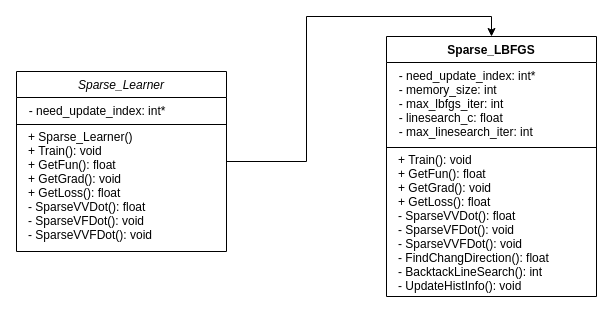
Earlier version of the draw.io diagram 未命名绘图.drawio (abdzhangzeyu/draw.io). Source tidied: cells renumbered, new cells numbered last; positions are measured from the earlier drawing's top-left corner, leaving out a move shared by most shapes. Both pictures are drawn from the tidied source at 100%, with x=0, y=0 at pixel (16, 36).
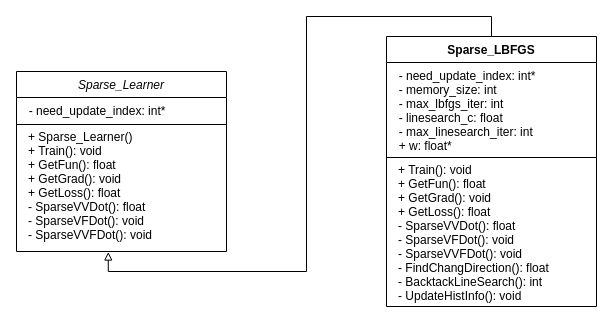
The same diagram, later.

Commit message (it also covers changes not shown here):
更新未命名绘图.drawio

Change to the diagram source:
```diff
@@
 <mxGraphModel>
   <root>
     <mxCell id="0" />
     <mxCell id="1" parent="0" />
-    <mxCell id="2" style="edgeStyle=orthogonalEdgeStyle;rounded=0;jettySize=auto;html=1;entryX=0.5;entryY=0;entryDx=0;entryDy=0;" parent="1" edge="1" source="3" target="7">
-      <mxGeometry relative="1" as="geometry" />
-    </mxCell>
     <mxCell id="3" value="Sparse_Learner" style="swimlane;fontStyle=2;align=center;verticalAlign=top;horizontal=1;startSize=26;" parent="1" vertex="1">
       <mxGeometry y="35" width="210" height="180" as="geometry" />
     </mxCell>
     <mxCell id="4" value="  - need_update_index: int*" style="text;strokeColor=none;fillColor=none;align=left;verticalAlign=top;spacingLeft=4;spacingRight=4;overflow=hidden;" parent="3" vertex="1">
       <mxGeometry y="26" width="210" height="26" as="geometry" />
     </mxCell>
     <mxCell id="5" style="line;strokeWidth=1;fillColor=none;align=left;verticalAlign=middle;spacingTop=-1;spacingLeft=3;spacingRight=3;labelPosition=right;strokeColor=inherit;" parent="3" vertex="1">
       <mxGeometry y="52" width="210" height="2" as="geometry" />
     </mxCell>
     <mxCell id="6" value="+ Sparse_Learner()&#10;+ Train(): void&#10;+ GetFun(): float&#10;+ GetGrad(): void&#10;+ GetLoss(): float&#10;- SparseVVDot(): float&#10;- SparseVFDot(): void&#10;- SparseVVFDot(): void" style="text;strokeColor=none;fillColor=none;align=left;verticalAlign=top;spacingLeft=7;spacingRight=4;overflow=hidden;points=[[0,0.5],[1,0.5]];portConstraint=eastwest;spacing=5;spacingBottom=-1;spacingTop=-5;" parent="3" vertex="1">
       <mxGeometry y="54" width="210" height="126" as="geometry" />
     </mxCell>
+    <mxCell id="11" style="edgeStyle=orthogonalEdgeStyle;rounded=0;jettySize=auto;html=1;exitX=0.5;exitY=0;exitDx=0;exitDy=0;endArrow=block;endFill=0;entryX=0.437;entryY=1.004;entryDx=0;entryDy=0;entryPerimeter=0;" parent="1" edge="1" source="7" target="6">
+      <mxGeometry relative="1" as="geometry">
+        <Array as="points">
+          <mxPoint x="475" y="-20" />
+          <mxPoint x="290" y="-20" />
+          <mxPoint x="290" y="235" />
+          <mxPoint x="92" y="235" />
+        </Array>
+      </mxGeometry>
+    </mxCell>
     <mxCell id="7" value="Sparse_LBFGS" style="swimlane;fontStyle=1;align=center;verticalAlign=top;horizontal=1;startSize=26;" parent="1" vertex="1">
-      <mxGeometry x="370" width="210" height="260" as="geometry" />
+      <mxGeometry x="370" width="210" height="270" as="geometry" />
     </mxCell>
-    <mxCell id="8" value="  - need_update_index: int*&#10;  - memory_size: int&#10;  - max_lbfgs_iter: int&#10;  - linesearch_c: float&#10;  - max_linesearch_iter: int&#10;" style="text;strokeColor=none;fillColor=none;align=left;verticalAlign=top;spacingLeft=4;spacingRight=4;overflow=hidden;" parent="7" vertex="1">
-      <mxGeometry y="26" width="210" height="84" as="geometry" />
+    <mxCell id="8" value="  - need_update_index: int*&#10;  - memory_size: int&#10;  - max_lbfgs_iter: int&#10;  - linesearch_c: float&#10;  - max_linesearch_iter: int&#10;  + w: float*&#10;" style="text;strokeColor=none;fillColor=none;align=left;verticalAlign=top;spacingLeft=4;spacingRight=4;overflow=hidden;" parent="7" vertex="1">
+      <mxGeometry y="26" width="210" height="94" as="geometry" />
     </mxCell>
     <mxCell id="9" style="line;strokeWidth=1;fillColor=none;align=left;verticalAlign=middle;spacingTop=-1;spacingLeft=3;spacingRight=3;labelPosition=right;strokeColor=inherit;" parent="7" vertex="1">
-      <mxGeometry y="110" width="210" height="2" as="geometry" />
+      <mxGeometry y="120" width="210" height="2" as="geometry" />
     </mxCell>
     <mxCell id="10" value="+ Train(): void&#10;+ GetFun(): float&#10;+ GetGrad(): void&#10;+ GetLoss(): float&#10;- SparseVVDot(): float&#10;- SparseVFDot(): void&#10;- SparseVVFDot(): void&#10;- FindChangDirection(): float&#10;- BacktackLineSearch(): int&#10;- UpdateHistInfo(): void" style="text;strokeColor=none;fillColor=none;align=left;verticalAlign=top;spacingLeft=7;spacingRight=4;overflow=hidden;spacing=5;spacingBottom=-1;spacingTop=-5;" parent="7" vertex="1">
-      <mxGeometry y="112" width="210" height="148" as="geometry" />
+      <mxGeometry y="122" width="210" height="148" as="geometry" />
     </mxCell>
   </root>
 </mxGraphModel>
```
